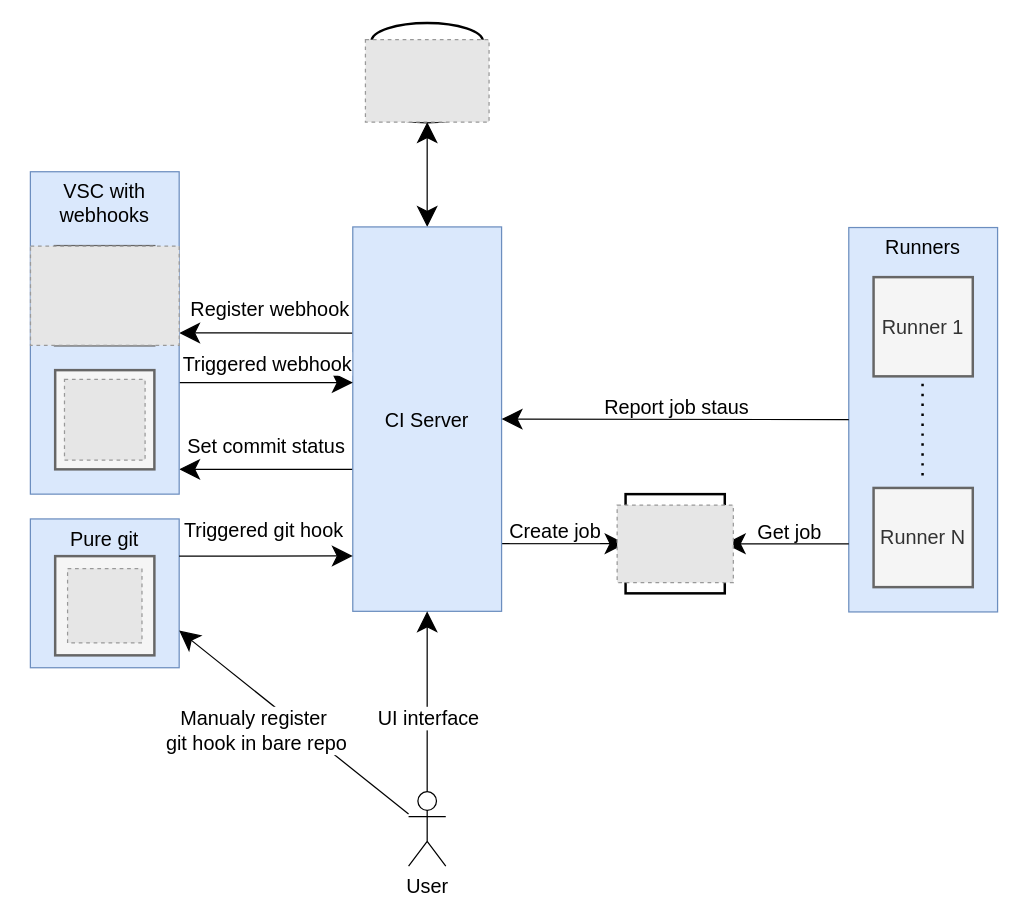
This is docs/architecture.drawio from FilipSolich/shark-ci, a draw.io file, before an edit. Source tidied: cells renumbered, new cells numbered last; positions are measured from the earlier drawing's top-left corner, leaving out a move shared by most shapes. Both pictures are drawn from the tidied source at 124%, with x=0, y=0 at pixel (30, 22). Pictures stored in the file or linked from it are replaced by grey dashed boxes.
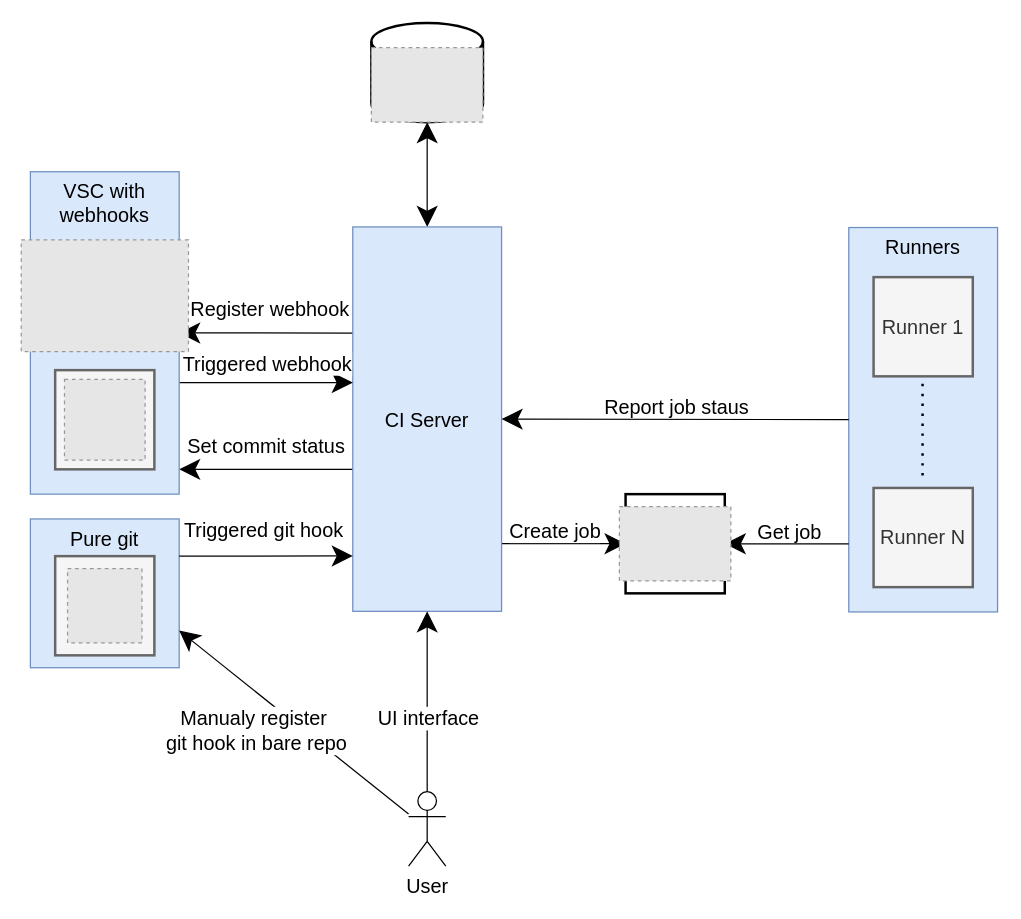
After the change.

The edit, as a diff of the source:
```diff
@@
-    <mxCell id="2" style="group;" parent="1" vertex="1">
-      <mxGeometry x="270.2" width="99.7" height="80" as="geometry" />
-    </mxCell>
-    <mxCell id="3" style="shape=cylinder3;whiteSpace=wrap;html=1;boundedLbl=1;backgroundOutline=1;size=15;fontSize=16;strokeWidth=2;" parent="2" vertex="1">
-      <mxGeometry x="4.8" width="90" height="80" as="geometry" />
-    </mxCell>
-    <mxCell id="4" style="fillColor=#E6E6E6;strokeColor=#999999;dashed=1;verticalLabelPosition=bottom;verticalAlign=top;fontSize=16;" parent="2" vertex="1">
-      <mxGeometry y="13.5" width="99.7" height="66.5" as="geometry" />
-    </mxCell>
@@
-    <mxCell id="29" style="group;" parent="1" vertex="1">
-      <mxGeometry x="473.2" y="380" width="93.7" height="80" as="geometry" />
-    </mxCell>
-    <mxCell id="30" style="whiteSpace=wrap;html=1;fontSize=16;strokeWidth=2;" parent="29" vertex="1">
-      <mxGeometry x="6.8" width="80" height="80" as="geometry" />
-    </mxCell>
-    <mxCell id="31" style="fillColor=#E6E6E6;strokeColor=#999999;dashed=1;verticalLabelPosition=bottom;verticalAlign=top;fontSize=16;" parent="29" vertex="1">
-      <mxGeometry y="8.8" width="93.7" height="62.5" as="geometry" />
-    </mxCell>
@@
-    <mxCell id="39" style="group;" parent="1" vertex="1">
-      <mxGeometry y="120" width="120" height="260" as="geometry" />
-    </mxCell>
+    <mxCell id="46" style="group;" parent="1" vertex="1">
+      <mxGeometry x="-7.4" y="120" width="134.9" height="260" as="geometry" />
+    </mxCell>
-    <mxCell id="40" value="&lt;span style=&quot;font-size: 16px&quot;&gt;VSC with webhooks&lt;/span&gt;" style="rounded=0;whiteSpace=wrap;html=1;fillColor=#dae8fc;strokeColor=#6c8ebf;verticalAlign=top;" parent="39" vertex="1">
-      <mxGeometry width="120" height="260" as="geometry" />
+    <mxCell id="40" value="&lt;span style=&quot;font-size: 16px&quot;&gt;VSC with webhooks&lt;/span&gt;" style="rounded=0;whiteSpace=wrap;html=1;fillColor=#dae8fc;strokeColor=#6c8ebf;verticalAlign=top;" parent="46" vertex="1">
+      <mxGeometry x="7.4" width="120" height="260" as="geometry" />
     </mxCell>
-    <mxCell id="41" style="whiteSpace=wrap;html=1;strokeWidth=2;fillColor=#f5f5f5;fontColor=#333333;strokeColor=#666666;" parent="39" vertex="1">
-      <mxGeometry x="19.9" y="60" width="80" height="80" as="geometry" />
+    <mxCell id="41" style="whiteSpace=wrap;html=1;strokeWidth=2;fillColor=#f5f5f5;fontColor=#333333;strokeColor=#666666;" parent="46" vertex="1">
+      <mxGeometry x="27.4" y="60" width="80" height="80" as="geometry" />
     </mxCell>
-    <mxCell id="42" style="fillColor=#E6E6E6;strokeColor=#999999;dashed=1;verticalLabelPosition=bottom;verticalAlign=top;" parent="39" vertex="1">
-      <mxGeometry x="0.1" y="60" width="119.9" height="80" as="geometry" />
-    </mxCell>
-    <mxCell id="43" style="group;fillColor=#f5f5f5;fontColor=#333333;strokeColor=#666666;" parent="39" vertex="1">
-      <mxGeometry x="20" y="160" width="80" height="80" as="geometry" />
+    <mxCell id="43" style="group;fillColor=#f5f5f5;fontColor=#333333;strokeColor=#666666;" parent="46" vertex="1">
+      <mxGeometry x="27.4" y="160" width="80" height="80" as="geometry" />
     </mxCell>
@@
+    <mxCell id="47" style="fillColor=#E6E6E6;strokeColor=#999999;dashed=1;verticalLabelPosition=bottom;verticalAlign=top;" parent="46" vertex="1">
+      <mxGeometry y="55" width="134.9" height="90" as="geometry" />
+    </mxCell>
+    <mxCell id="48" style="group;" parent="1" vertex="1">
+      <mxGeometry x="275" width="90" height="80" as="geometry" />
+    </mxCell>
+    <mxCell id="3" style="shape=cylinder3;whiteSpace=wrap;html=1;boundedLbl=1;backgroundOutline=1;size=15;fontSize=16;strokeWidth=2;" parent="48" vertex="1">
+      <mxGeometry width="90" height="80" as="geometry" />
+    </mxCell>
+    <mxCell id="49" style="fillColor=#E6E6E6;strokeColor=#999999;dashed=1;verticalLabelPosition=bottom;verticalAlign=top;" parent="48" vertex="1">
+      <mxGeometry y="20" width="89.9" height="60" as="geometry" />
+    </mxCell>
+    <mxCell id="50" style="group;" parent="1" vertex="1">
+      <mxGeometry x="475" y="380" width="89.9" height="80" as="geometry" />
+    </mxCell>
+    <mxCell id="30" style="whiteSpace=wrap;html=1;fontSize=16;strokeWidth=2;" parent="50" vertex="1">
+      <mxGeometry x="5" width="80" height="80" as="geometry" />
+    </mxCell>
+    <mxCell id="51" style="fillColor=#E6E6E6;strokeColor=#999999;dashed=1;verticalLabelPosition=bottom;verticalAlign=top;" parent="50" vertex="1">
+      <mxGeometry y="10" width="89.9" height="60" as="geometry" />
+    </mxCell>
```
